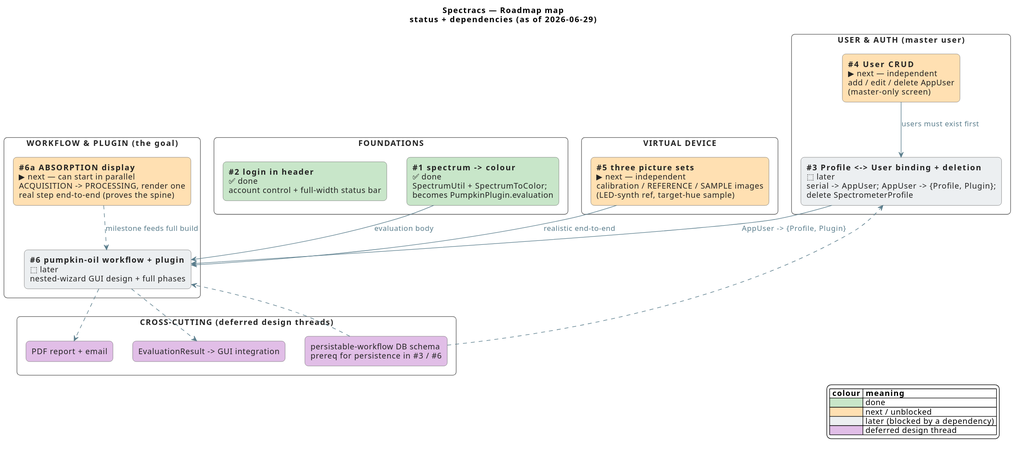
nidwe72/spectracs-docs keeps this PlantUML diagram as roadmap_map.svg. Above is the earlier version.
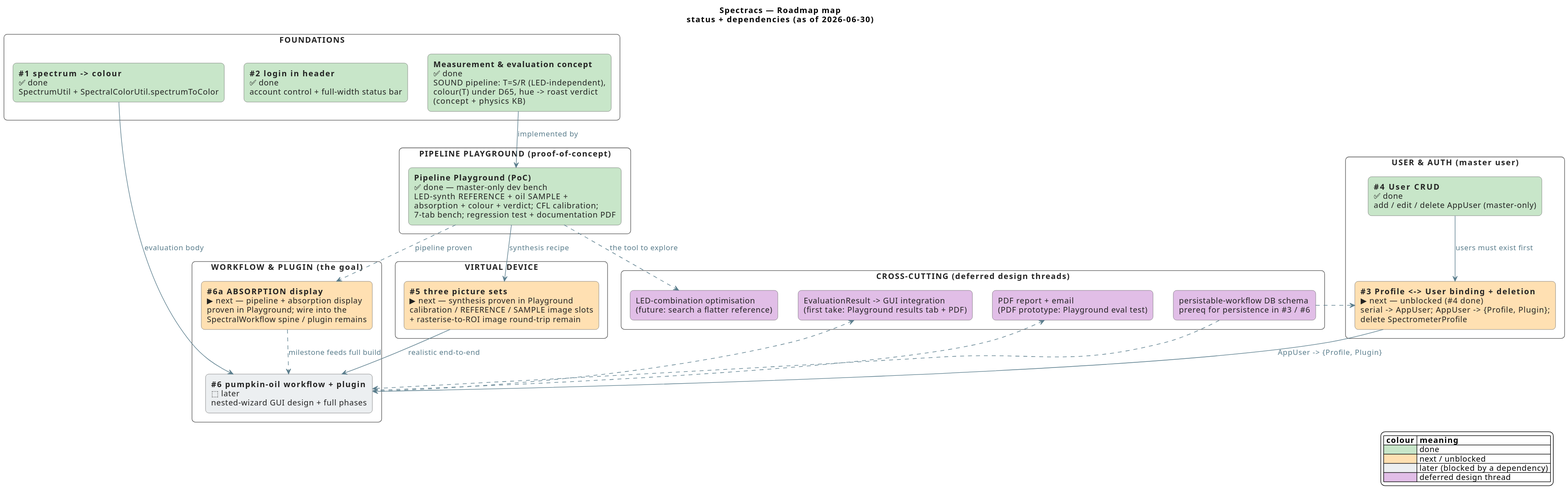
After the change.

Commit message:
Roadmap: Pipeline PoC done; #3 unblocked; correct absorption→colour wording

Diff of the diagram source:
```diff
@@ -1,6 +1,6 @@
 @startuml
 
-title Spectracs — Roadmap map\nstatus + dependencies (as of 2026-06-29)
+title Spectracs — Roadmap map\nstatus + dependencies (as of 2026-06-30)
 
 skinparam backgroundColor #FFFFFF
 skinparam shadowing false
@@ -22,31 +22,41 @@
 endlegend
 
 rectangle "FOUNDATIONS" as F #FFFFFF {
-  rectangle "**#1  spectrum -> colour**\n✅ done\nSpectrumUtil + SpectrumToColor;\nbecomes PumpkinPlugin.evaluation" as R1 #C8E6C9
+  rectangle "**#1  spectrum -> colour**\n✅ done\nSpectrumUtil + SpectralColorUtil.spectrumToColor" as R1 #C8E6C9
   rectangle "**#2  login in header**\n✅ done\naccount control + full-width status bar" as R2 #C8E6C9
+  rectangle "**Measurement & evaluation concept**\n✅ done\nSOUND pipeline: T=S/R (LED-independent),\ncolour(T) under D65, hue -> roast verdict\n(concept + physics KB)" as CONCEPT #C8E6C9
+}
+
+rectangle "PIPELINE PLAYGROUND  (proof-of-concept)" as PG #FFFFFF {
+  rectangle "**Pipeline Playground (PoC)**\n✅ done — master-only dev bench\nLED-synth REFERENCE + oil SAMPLE +\nabsorption + colour + verdict; CFL calibration;\n7-tab bench; regression test + documentation PDF" as PLAY #C8E6C9
 }
 
 rectangle "USER & AUTH  (master user)" as UA #FFFFFF {
-  rectangle "**#4  User CRUD**\n▶ next — independent\nadd / edit / delete AppUser\n(master-only screen)" as R4 #FFE0B2
-  rectangle "**#3  Profile <-> User binding + deletion**\n⬚ later\nserial -> AppUser; AppUser -> {Profile, Plugin};\ndelete SpectrometerProfile" as R3 #ECEFF1
+  rectangle "**#4  User CRUD**\n✅ done\nadd / edit / delete AppUser (master-only)" as R4 #C8E6C9
+  rectangle "**#3  Profile <-> User binding + deletion**\n▶ next — unblocked (#4 done)\nserial -> AppUser; AppUser -> {Profile, Plugin};\ndelete SpectrometerProfile" as R3 #FFE0B2
 }
 
 rectangle "VIRTUAL DEVICE" as VD #FFFFFF {
-  rectangle "**#5  three picture sets**\n▶ next — independent\ncalibration / REFERENCE / SAMPLE images\n(LED-synth ref, target-hue sample)" as R5 #FFE0B2
+  rectangle "**#5  three picture sets**\n▶ next — synthesis proven in Playground\ncalibration / REFERENCE / SAMPLE image slots\n+ rasterise-to-ROI image round-trip remain" as R5 #FFE0B2
 }
 
 rectangle "WORKFLOW & PLUGIN   (the goal)" as G #FFFFFF {
-  rectangle "**#6a  ABSORPTION display**\n▶ next — can start in parallel\nACQUISITION -> PROCESSING, render one\nreal step end-to-end (proves the spine)" as R6a #FFE0B2
+  rectangle "**#6a  ABSORPTION display**\n▶ next — pipeline + absorption display\nproven in Playground; wire into the\nSpectralWorkflow spine / plugin remains" as R6a #FFE0B2
   rectangle "**#6  pumpkin-oil workflow + plugin**\n⬚ later\nnested-wizard GUI design + full phases" as R6 #ECEFF1
 }
 
 rectangle "CROSS-CUTTING  (deferred design threads)" as CC #FFFFFF {
   rectangle "persistable-workflow DB schema\nprereq for persistence in #3 / #6" as CCa #E1BEE7
-  rectangle "EvaluationResult -> GUI integration" as CCb #E1BEE7
-  rectangle "PDF report + email" as CCc #E1BEE7
+  rectangle "EvaluationResult -> GUI integration\n(first take: Playground results tab + PDF)" as CCb #E1BEE7
+  rectangle "PDF report + email\n(PDF prototype: Playground eval test)" as CCc #E1BEE7
+  rectangle "LED-combination optimisation\n(future: search a flatter reference)" as CCd #E1BEE7
 }
 
 R1 --> R6  : evaluation body
+CONCEPT --> PLAY : implemented by
+PLAY --> R5 : synthesis recipe
+PLAY ..> R6a : pipeline proven
+PLAY ..> CCd : the tool to explore
 R4 --> R3  : users must exist first
 R3 --> R6  : AppUser -> {Profile, Plugin}
 R5 --> R6  : realistic end-to-end
```
